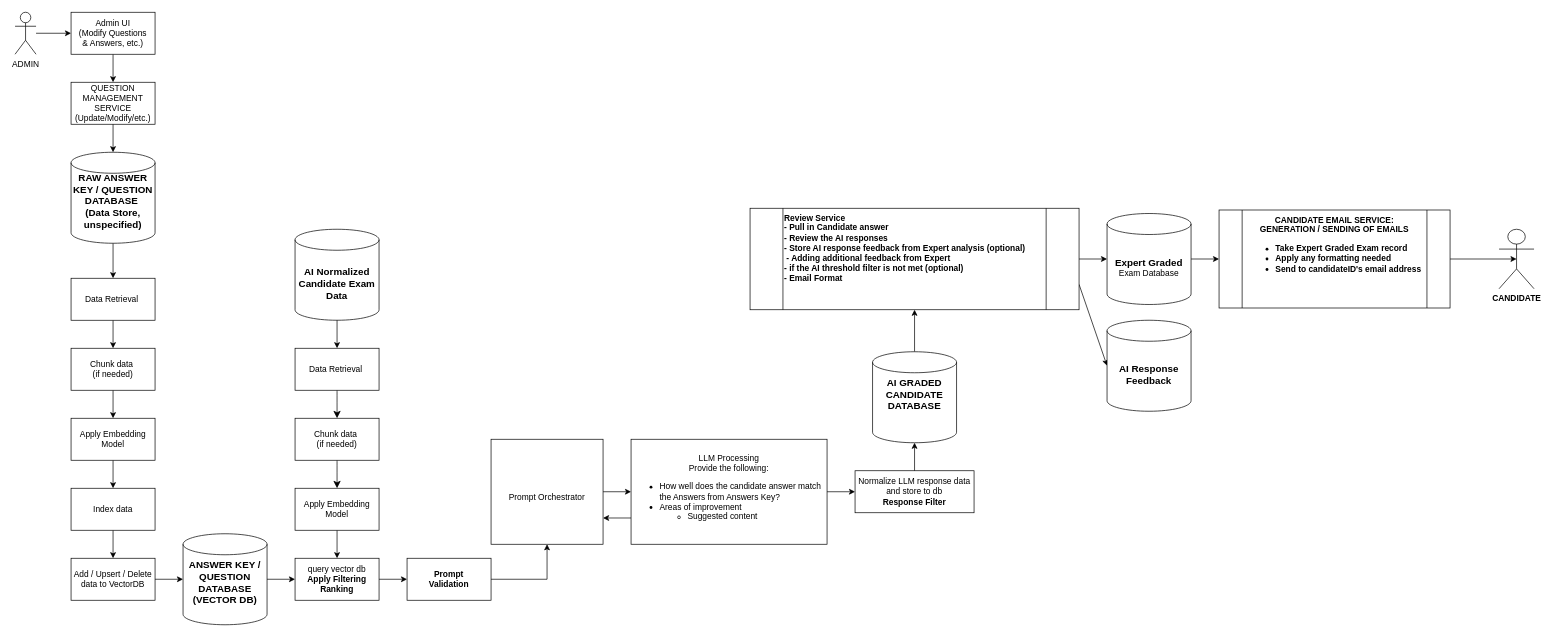
The draw.io diagram diagrams/short-answer-grader-ai.drawio in mmat1/skynet-ai-2025, before the edit. Source tidied: cells renumbered, new cells numbered last; positions are measured from the earlier drawing's top-left corner, leaving out a move shared by most shapes. Both pictures are drawn from the tidied source at 70%, with x=0, y=0 at pixel (15, 12).
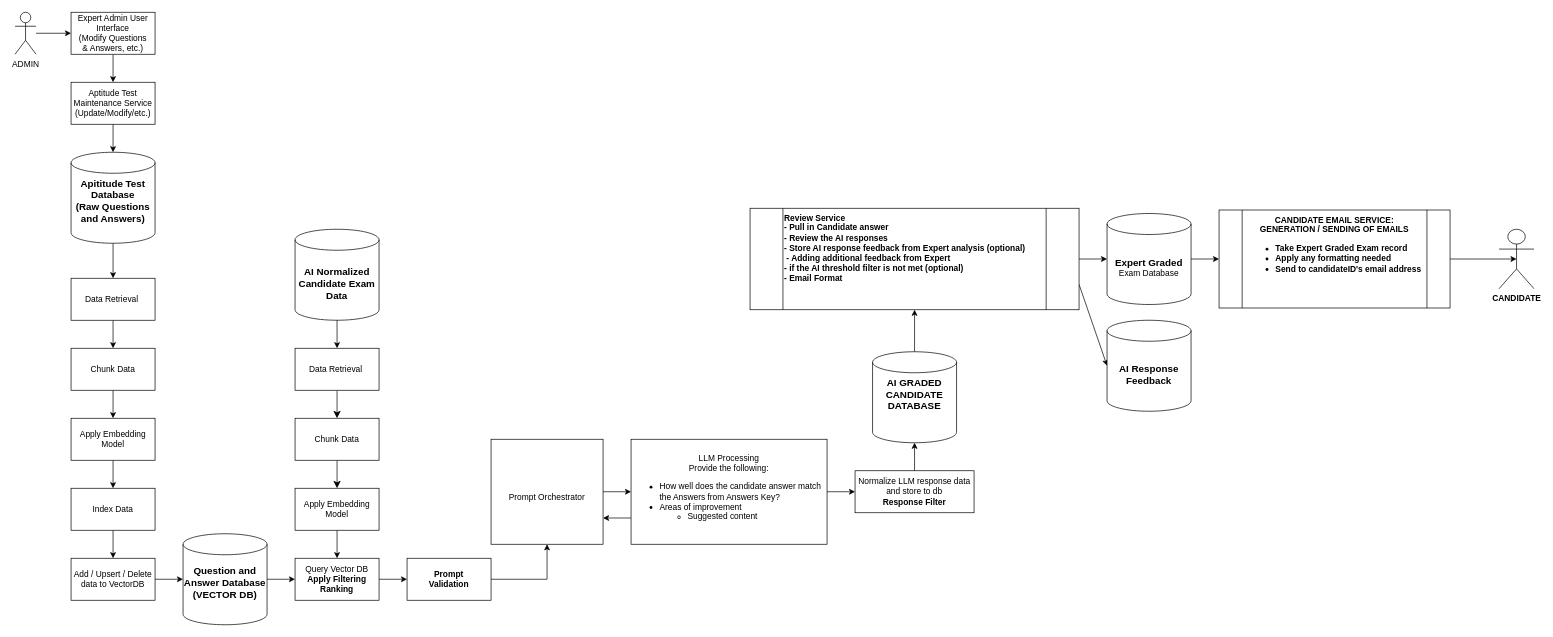
Above is the later version.

Commit message:
Update names to match original diagrams

What changed in the source:
```diff
@@
-    <mxCell id="9" value="query vector db&lt;br&gt;&lt;b&gt;Apply Filtering&lt;br&gt;Ranking&lt;br&gt;&lt;/b&gt;" style="rounded=0;whiteSpace=wrap;html=1;" parent="1" vertex="1">
+    <mxCell id="9" value="Query Vector DB&lt;br&gt;&lt;b&gt;Apply Filtering&lt;br&gt;Ranking&lt;br&gt;&lt;/b&gt;" style="rounded=0;whiteSpace=wrap;html=1;" parent="1" vertex="1">
       <mxGeometry x="400" y="780" width="120" height="60" as="geometry" />
     </mxCell>
@@
-    <mxCell id="12" value="&lt;b&gt;&lt;font style=&quot;font-size: 14px;&quot;&gt;ANSWER KEY / QUESTION DATABASE (VECTOR DB)&lt;/font&gt;&lt;/b&gt;&lt;div&gt;&lt;b&gt;&lt;font style=&quot;font-size: 14px;&quot;&gt;&lt;br&gt;&lt;/font&gt;&lt;/b&gt;&lt;/div&gt;" style="shape=cylinder3;whiteSpace=wrap;html=1;boundedLbl=1;backgroundOutline=1;size=15;" parent="1" vertex="1">
+    <mxCell id="12" value="&lt;b&gt;&lt;font style=&quot;font-size: 14px;&quot;&gt;Question and Answer Database (VECTOR DB)&lt;/font&gt;&lt;/b&gt;&lt;div&gt;&lt;b&gt;&lt;font style=&quot;font-size: 14px;&quot;&gt;&lt;br&gt;&lt;/font&gt;&lt;/b&gt;&lt;/div&gt;" style="shape=cylinder3;whiteSpace=wrap;html=1;boundedLbl=1;backgroundOutline=1;size=15;" parent="1" vertex="1">
       <mxGeometry x="240" y="745" width="120" height="130" as="geometry" />
     </mxCell>
@@
-    <mxCell id="14" value="Admin UI&lt;div&gt;(Modify Questions&lt;/div&gt;&lt;div&gt;&amp;amp; Answers, etc.)&lt;/div&gt;" style="rounded=0;whiteSpace=wrap;html=1;" parent="1" vertex="1">
+    <mxCell id="14" value="Expert Admin User Interface&lt;div&gt;(Modify Questions&lt;/div&gt;&lt;div&gt;&amp;amp; Answers, etc.)&lt;/div&gt;" style="rounded=0;whiteSpace=wrap;html=1;" parent="1" vertex="1">
       <mxGeometry x="80" width="120" height="60" as="geometry" />
     </mxCell>
-    <mxCell id="15" value="QUESTION MANAGEMENT SERVICE&lt;div&gt;(Update/Modify/etc.)&lt;/div&gt;" style="rounded=0;whiteSpace=wrap;html=1;" parent="1" vertex="1">
+    <mxCell id="15" value="Aptitude Test Maintenance Service&lt;div&gt;(Update/Modify/etc.)&lt;/div&gt;" style="rounded=0;whiteSpace=wrap;html=1;" parent="1" vertex="1">
       <mxGeometry x="80" y="100" width="120" height="60" as="geometry" />
     </mxCell>
@@
-    <mxCell id="19" value="Index data" style="rounded=0;whiteSpace=wrap;html=1;" parent="1" vertex="1">
+    <mxCell id="19" value="Index Data" style="rounded=0;whiteSpace=wrap;html=1;" parent="1" vertex="1">
       <mxGeometry x="80" y="680" width="120" height="60" as="geometry" />
     </mxCell>
@@
-    <mxCell id="22" value="&lt;b&gt;&lt;font style=&quot;font-size: 14px;&quot;&gt;RAW ANSWER KEY / QUESTION DATABASE&amp;nbsp;&lt;/font&gt;&lt;/b&gt;&lt;div&gt;&lt;b&gt;&lt;font style=&quot;font-size: 14px;&quot;&gt;(Data Store, unspecified)&lt;/font&gt;&lt;/b&gt;&lt;div&gt;&lt;b&gt;&lt;font style=&quot;font-size: 14px;&quot;&gt;&lt;br&gt;&lt;/font&gt;&lt;/b&gt;&lt;/div&gt;&lt;/div&gt;" style="shape=cylinder3;whiteSpace=wrap;html=1;boundedLbl=1;backgroundOutline=1;size=15;strokeColor=default;align=center;verticalAlign=middle;fontFamily=Helvetica;fontSize=12;fontColor=default;fillColor=default;" parent="1" vertex="1">
+    <mxCell id="22" value="&lt;b&gt;&lt;font style=&quot;font-size: 14px;&quot;&gt;Apititude Test Database&lt;/font&gt;&lt;/b&gt;&lt;div&gt;&lt;b&gt;&lt;font style=&quot;font-size: 14px;&quot;&gt;(Raw Questions and Answers&lt;/font&gt;&lt;/b&gt;&lt;b style=&quot;background-color: transparent;&quot;&gt;&lt;font style=&quot;font-size: 14px;&quot;&gt;)&lt;/font&gt;&lt;/b&gt;&lt;/div&gt;&lt;div&gt;&lt;div&gt;&lt;div&gt;&lt;b&gt;&lt;font style=&quot;font-size: 14px;&quot;&gt;&lt;br&gt;&lt;/font&gt;&lt;/b&gt;&lt;/div&gt;&lt;/div&gt;&lt;/div&gt;" style="shape=cylinder3;whiteSpace=wrap;html=1;boundedLbl=1;backgroundOutline=1;size=15;strokeColor=default;align=center;verticalAlign=middle;fontFamily=Helvetica;fontSize=12;fontColor=default;fillColor=default;" parent="1" vertex="1">
       <mxGeometry x="80" y="200" width="120" height="130" as="geometry" />
     </mxCell>
@@
-    <mxCell id="36" value="Chunk data&amp;nbsp;&lt;div&gt;(if needed)&lt;/div&gt;" style="rounded=0;whiteSpace=wrap;html=1;" parent="1" vertex="1">
+    <mxCell id="36" value="Chunk Data" style="rounded=0;whiteSpace=wrap;html=1;" parent="1" vertex="1">
       <mxGeometry x="80" y="480" width="120" height="60" as="geometry" />
     </mxCell>
@@
-    <mxCell id="49" value="Chunk data&amp;nbsp;&lt;div&gt;(if needed)&lt;/div&gt;" style="rounded=0;whiteSpace=wrap;html=1;" parent="1" vertex="1">
+    <mxCell id="49" value="Chunk Data" style="rounded=0;whiteSpace=wrap;html=1;" parent="1" vertex="1">
       <mxGeometry x="400" y="580" width="120" height="60" as="geometry" />
     </mxCell>
```
